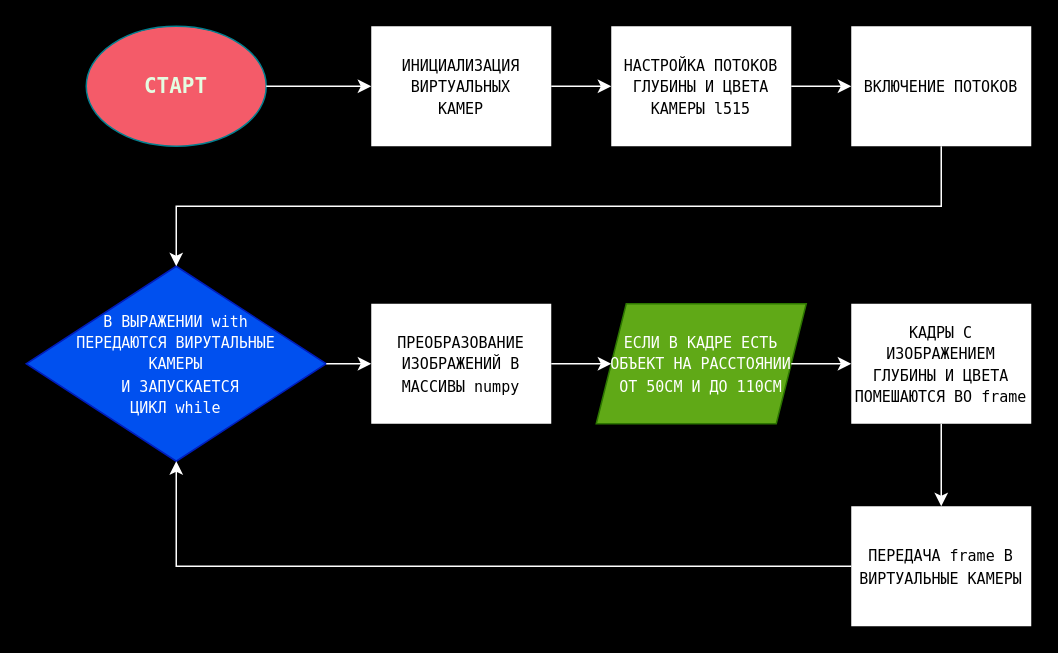
Skaletti/Skaletti keeps this draw.io diagram as Алгоритм работы сервиса с LiDAR.drawio. Above is the earlier version. Source tidied: cells renumbered, new cells numbered last; positions are measured from the earlier drawing's top-left corner, leaving out a move shared by most shapes. Both pictures are drawn from the tidied source at 150%, with x=0, y=0 at pixel (26, 26).
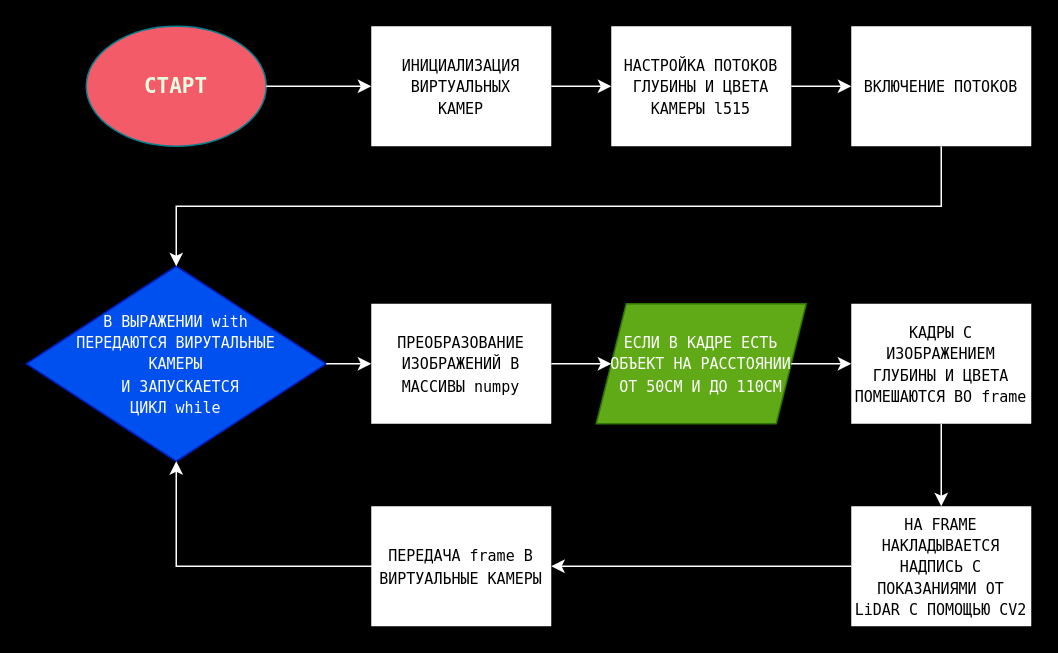
Above is the later version.

The change refers to these unchanged cells:
```xml
<mxCell id="7" value="&lt;font size=&quot;1&quot; face=&quot;Lucida Console&quot;&gt;КАДРЫ С ИЗОБРАЖЕНИЕМ ГЛУБИНЫ И ЦВЕТА ПОМЕШАЮТСЯ ВО frame&lt;/font&gt;" style="rounded=0;whiteSpace=wrap;html=1;labelBackgroundColor=none;strokeColor=none;" parent="1" vertex="1">
  <mxGeometry x="550" y="185" width="120" height="80" as="geometry" />
</mxCell>
<mxCell id="9" value="&lt;font style=&quot;font-size: 10px;&quot; face=&quot;Lucida Console&quot;&gt;В ВЫРАЖЕНИИ with &lt;br&gt;ПЕРЕДАЮТСЯ ВИРУТАЛЬНЫЕ &lt;br&gt;КАМЕРЫ&lt;br&gt;&amp;nbsp;И ЗАПУСКАЕТСЯ&lt;br style=&quot;border-color: var(--border-color); font-size: x-small;&quot;&gt;&lt;span style=&quot;font-size: x-small;&quot;&gt;ЦИКЛ while&lt;/span&gt;&lt;/font&gt;" style="rhombus;whiteSpace=wrap;html=1;strokeColor=#001DBC;fontColor=#ffffff;fillColor=#0050ef;" parent="1" vertex="1">
  <mxGeometry y="160" width="200" height="130" as="geometry" />
</mxCell>
```

Diff of the diagram source:
```diff
@@
     <mxCell id="10" value="&lt;font size=&quot;1&quot; face=&quot;Lucida Console&quot;&gt;ПЕРЕДАЧА frame В ВИРТУАЛЬНЫЕ КАМЕРЫ&lt;/font&gt;" style="rounded=0;whiteSpace=wrap;html=1;labelBackgroundColor=none;strokeColor=none;" parent="1" vertex="1">
-      <mxGeometry x="550" y="320" width="120" height="80" as="geometry" />
+      <mxGeometry x="230" y="320" width="120" height="80" as="geometry" />
     </mxCell>
@@
-    <mxCell id="18" style="endArrow=classic;html=1;rounded=0;fontColor=#E4FDE1;strokeColor=#FFFFFF;exitX=0.5;exitY=1;exitDx=0;exitDy=0;entryX=0.5;entryY=0;entryDx=0;entryDy=0;" parent="1" edge="1" source="7" target="10">
+    <mxCell id="18" style="endArrow=classic;html=1;rounded=0;fontColor=#E4FDE1;strokeColor=#FFFFFF;exitX=0.5;exitY=1;exitDx=0;exitDy=0;entryX=0.5;entryY=0;entryDx=0;entryDy=0;" parent="1" edge="1" source="7" target="20">
       <mxGeometry relative="1" as="geometry" />
     </mxCell>
     <mxCell id="19" style="endArrow=classic;html=1;rounded=0;strokeColor=#FFFFFF;fontColor=#E4FDE1;fillColor=#F45B69;exitX=0;exitY=0.5;exitDx=0;exitDy=0;entryX=0.5;entryY=1;entryDx=0;entryDy=0;" parent="1" edge="1" source="10" target="9">
       <mxGeometry relative="1" as="geometry">
         <Array as="points">
-          <mxPoint x="380" y="360" />
+          <mxPoint x="230" y="360" />
           <mxPoint x="240" y="360" />
           <mxPoint x="100" y="360" />
         </Array>
       </mxGeometry>
     </mxCell>
+    <mxCell id="20" value="&lt;font size=&quot;1&quot; face=&quot;Lucida Console&quot;&gt;НА FRAME НАКЛАДЫВАЕТСЯ НАДПИСЬ С ПОКАЗАНИЯМИ ОТ LiDAR С ПОМОЩЬЮ CV2&lt;/font&gt;" style="rounded=0;whiteSpace=wrap;html=1;labelBackgroundColor=none;strokeColor=none;" parent="1" vertex="1">
+      <mxGeometry x="550" y="320" width="120" height="80" as="geometry" />
+    </mxCell>
+    <mxCell id="21" style="endArrow=classic;html=1;rounded=0;fontColor=#E4FDE1;strokeColor=#FFFFFF;exitX=0;exitY=0.5;exitDx=0;exitDy=0;entryX=1;entryY=0.5;entryDx=0;entryDy=0;" parent="1" edge="1" source="20" target="10">
+      <mxGeometry relative="1" as="geometry" />
+    </mxCell>
```
